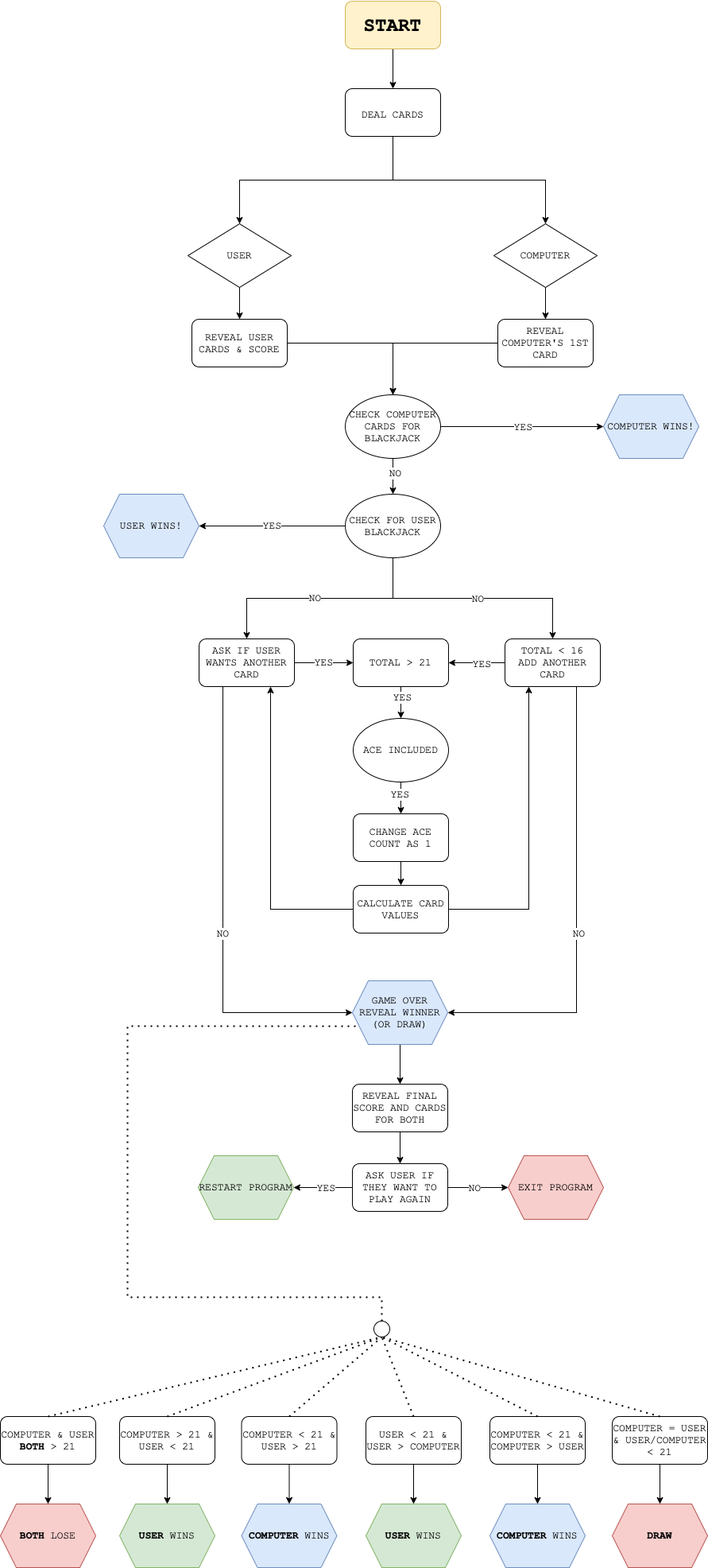
antoniaandreou/100_days_of_python keeps this draw.io diagram as Blackjack.drawio.png. Above is the earlier version. Source tidied: cells renumbered, new cells last; positions are measured from the earlier drawing's top-left corner, leaving out a move shared by most shapes.
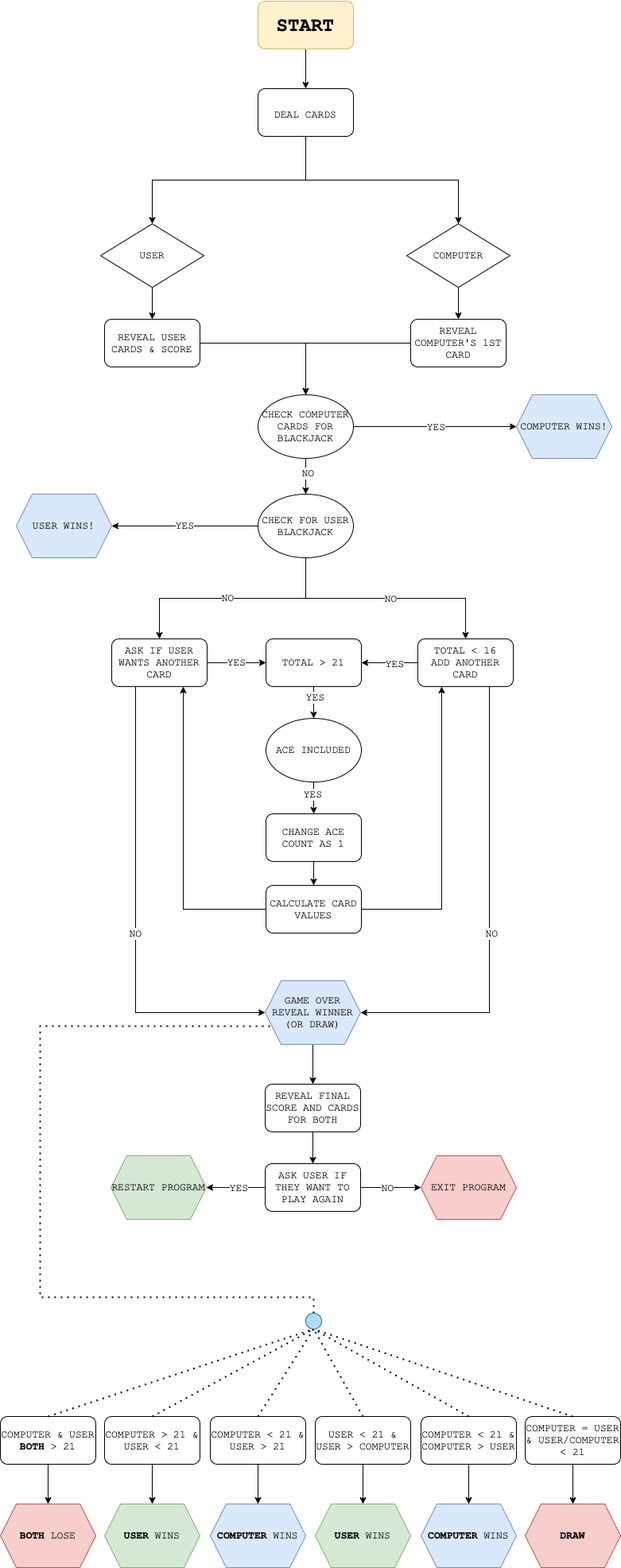
Above is the later version.

The edit, as a diff of the source:
```diff
@@ -182,7 +182,7 @@
     <mxCell id="59" style="endArrow=none;dashed=1;html=1;dashPattern=1 3;strokeWidth=2;rounded=0;fontFamily=Courier New;fontSize=13;entryX=0;entryY=0.75;entryDx=0;entryDy=0;exitX=0.5;exitY=0;exitDx=0;exitDy=0;" parent="1" edge="1" source="76" target="56">
       <mxGeometry relative="1" as="geometry">
         <Array as="points">
-          <mxPoint x="480" y="1630" />
+          <mxPoint x="504" y="1630" />
           <mxPoint x="160" y="1630" />
           <mxPoint x="160" y="1289" />
         </Array>
@@ -192,52 +192,52 @@
       <mxGeometry relative="1" as="geometry" />
     </mxCell>
     <mxCell id="61" value="COMPUTER &amp;amp; USER &lt;b&gt;BOTH&lt;/b&gt; &amp;gt; 21" style="rounded=1;whiteSpace=wrap;html=1;fontFamily=Courier New;fontSize=13;" parent="1" vertex="1">
-      <mxGeometry y="1780" width="120" height="60" as="geometry" />
+      <mxGeometry x="110" y="1780" width="120" height="60" as="geometry" />
     </mxCell>
     <mxCell id="62" value="&lt;b&gt;BOTH&lt;/b&gt; LOSE" style="shape=hexagon;perimeter=hexagonPerimeter2;whiteSpace=wrap;html=1;fixedSize=1;fontFamily=Courier New;fontSize=13;fillColor=#f8cecc;strokeColor=#b85450;" parent="1" vertex="1">
-      <mxGeometry y="1890" width="120" height="80" as="geometry" />
+      <mxGeometry x="110" y="1890" width="120" height="80" as="geometry" />
     </mxCell>
     <mxCell id="63" style="edgeStyle=orthogonalEdgeStyle;rounded=0;jettySize=auto;html=1;exitX=0.5;exitY=1;exitDx=0;exitDy=0;fontFamily=Courier New;fontSize=13;strokeColor=#000000;strokeWidth=1;entryX=0.5;entryY=0;entryDx=0;entryDy=0;" parent="1" edge="1" source="64" target="65">
       <mxGeometry relative="1" as="geometry" />
     </mxCell>
     <mxCell id="64" value="COMPUTER &amp;gt; 21 &amp;amp; USER &amp;lt; 21" style="rounded=1;whiteSpace=wrap;html=1;fontFamily=Courier New;fontSize=13;" parent="1" vertex="1">
-      <mxGeometry x="150" y="1780" width="120" height="60" as="geometry" />
+      <mxGeometry x="241" y="1780" width="120" height="60" as="geometry" />
     </mxCell>
     <mxCell id="65" value="&lt;b&gt;USER&lt;/b&gt;&amp;nbsp;WINS" style="shape=hexagon;perimeter=hexagonPerimeter2;whiteSpace=wrap;html=1;fixedSize=1;fontFamily=Courier New;fontSize=13;fillColor=#d5e8d4;strokeColor=#82b366;" parent="1" vertex="1">
-      <mxGeometry x="150" y="1890" width="120" height="80" as="geometry" />
+      <mxGeometry x="241" y="1890" width="120" height="80" as="geometry" />
     </mxCell>
     <mxCell id="66" style="edgeStyle=orthogonalEdgeStyle;rounded=0;jettySize=auto;html=1;exitX=0.5;exitY=1;exitDx=0;exitDy=0;entryX=0.5;entryY=0;entryDx=0;entryDy=0;fontFamily=Courier New;fontSize=13;strokeColor=#000000;strokeWidth=1;" parent="1" edge="1" source="67" target="68">
       <mxGeometry relative="1" as="geometry" />
     </mxCell>
     <mxCell id="67" value="COMPUTER &amp;lt; 21 &amp;amp; USER &amp;gt; 21" style="rounded=1;whiteSpace=wrap;html=1;fontFamily=Courier New;fontSize=13;" parent="1" vertex="1">
-      <mxGeometry x="303.5" y="1780" width="120" height="60" as="geometry" />
+      <mxGeometry x="374" y="1780" width="120" height="60" as="geometry" />
     </mxCell>
     <mxCell id="68" value="&lt;b&gt;COMPUTER&lt;/b&gt;&amp;nbsp;WINS" style="shape=hexagon;perimeter=hexagonPerimeter2;whiteSpace=wrap;html=1;fixedSize=1;fontFamily=Courier New;fontSize=13;fillColor=#dae8fc;strokeColor=#6c8ebf;" parent="1" vertex="1">
-      <mxGeometry x="303.5" y="1890" width="120" height="80" as="geometry" />
+      <mxGeometry x="374" y="1890" width="120" height="80" as="geometry" />
     </mxCell>
     <mxCell id="69" style="edgeStyle=orthogonalEdgeStyle;rounded=0;jettySize=auto;html=1;exitX=0.5;exitY=1;exitDx=0;exitDy=0;entryX=0.5;entryY=0;entryDx=0;entryDy=0;fontFamily=Courier New;fontSize=13;strokeColor=#000000;strokeWidth=1;" parent="1" edge="1" source="70" target="71">
       <mxGeometry relative="1" as="geometry" />
     </mxCell>
     <mxCell id="70" value="USER &amp;lt; 21 &amp;amp; USER &amp;gt; COMPUTER" style="rounded=1;whiteSpace=wrap;html=1;fontFamily=Courier New;fontSize=13;" parent="1" vertex="1">
-      <mxGeometry x="460" y="1780" width="120" height="60" as="geometry" />
+      <mxGeometry x="506" y="1780" width="120" height="60" as="geometry" />
     </mxCell>
     <mxCell id="71" value="&lt;b&gt;USER&lt;/b&gt;&amp;nbsp;WINS" style="shape=hexagon;perimeter=hexagonPerimeter2;whiteSpace=wrap;html=1;fixedSize=1;fontFamily=Courier New;fontSize=13;fillColor=#d5e8d4;strokeColor=#82b366;" parent="1" vertex="1">
-      <mxGeometry x="460" y="1890" width="120" height="80" as="geometry" />
+      <mxGeometry x="506" y="1890" width="120" height="80" as="geometry" />
     </mxCell>
     <mxCell id="72" style="edgeStyle=orthogonalEdgeStyle;rounded=0;jettySize=auto;html=1;exitX=0.5;exitY=1;exitDx=0;exitDy=0;fontFamily=Courier New;fontSize=13;strokeColor=#000000;strokeWidth=1;" parent="1" edge="1" source="73" target="74">
       <mxGeometry relative="1" as="geometry" />
     </mxCell>
     <mxCell id="73" value="COMPUTER &amp;lt; 21 &amp;amp; COMPUTER &amp;gt; USER" style="rounded=1;whiteSpace=wrap;html=1;fontFamily=Courier New;fontSize=13;" parent="1" vertex="1">
-      <mxGeometry x="616" y="1780" width="120" height="60" as="geometry" />
+      <mxGeometry x="639" y="1780" width="120" height="60" as="geometry" />
     </mxCell>
     <mxCell id="74" value="&lt;b&gt;COMPUTER&lt;/b&gt;&amp;nbsp;WINS" style="shape=hexagon;perimeter=hexagonPerimeter2;whiteSpace=wrap;html=1;fixedSize=1;fontFamily=Courier New;fontSize=13;fillColor=#dae8fc;strokeColor=#6c8ebf;" parent="1" vertex="1">
-      <mxGeometry x="616" y="1890" width="120" height="80" as="geometry" />
+      <mxGeometry x="639" y="1890" width="120" height="80" as="geometry" />
     </mxCell>
     <mxCell id="75" style="endArrow=none;dashed=1;html=1;dashPattern=1 3;strokeWidth=2;rounded=0;fontFamily=Courier New;fontSize=13;entryX=0.5;entryY=1;entryDx=0;entryDy=0;exitX=0.5;exitY=0;exitDx=0;exitDy=0;" parent="1" edge="1" source="61" target="76">
       <mxGeometry relative="1" as="geometry" />
     </mxCell>
-    <mxCell id="76" style="ellipse;whiteSpace=wrap;html=1;fontFamily=Courier New;fontSize=13;" parent="1" vertex="1">
-      <mxGeometry x="470" y="1660" width="20" height="20" as="geometry" />
+    <mxCell id="76" style="ellipse;whiteSpace=wrap;html=1;fontFamily=Courier New;fontSize=13;fillColor=#b1ddf0;strokeColor=#10739e;" parent="1" vertex="1">
+      <mxGeometry x="494" y="1650" width="20" height="20" as="geometry" />
     </mxCell>
     <mxCell id="77" style="endArrow=none;dashed=1;html=1;dashPattern=1 3;strokeWidth=2;rounded=0;fontFamily=Courier New;fontSize=13;entryX=0.5;entryY=1;entryDx=0;entryDy=0;exitX=0.5;exitY=0;exitDx=0;exitDy=0;" parent="1" edge="1" source="64" target="76">
       <mxGeometry relative="1" as="geometry" />
```
